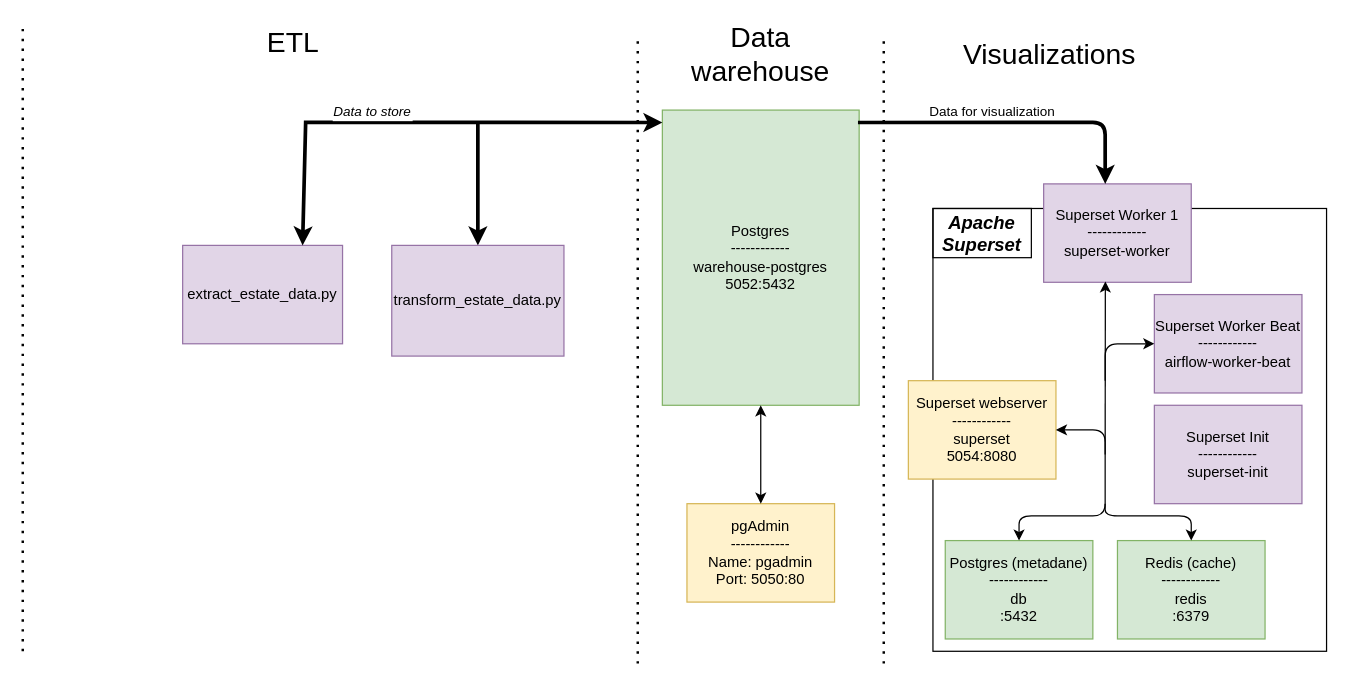
This is docs/Architecture.drawio from dleqhuy/vietnamese_real_estate_analytical_applications, a draw.io file, before an edit. Source tidied: cells renumbered, new cells numbered last; positions are measured from the earlier drawing's top-left corner, leaving out a move shared by most shapes. Both pictures are drawn from the tidied source at 123%, with x=0, y=0 at pixel (22, 23).
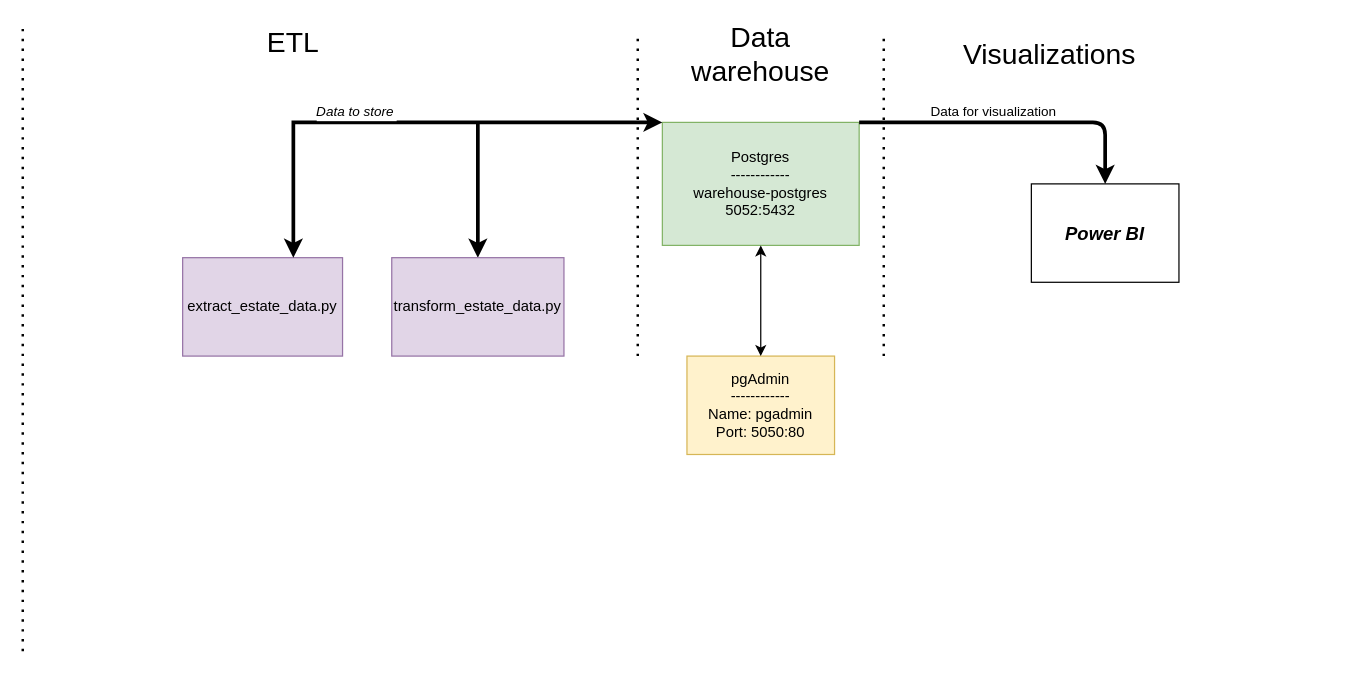
After the change.

What changed in the source:
```diff
@@
     <mxCell id="4" value="extract_estate_data.py" style="rounded=0;whiteSpace=wrap;html=1;fillColor=#e1d5e7;strokeColor=#9673a6;" parent="1" vertex="1">
-      <mxGeometry x="130" y="180" width="130" height="80" as="geometry" />
+      <mxGeometry x="130" y="190" width="130" height="80" as="geometry" />
     </mxCell>
@@
     <mxCell id="6" style="endArrow=none;dashed=1;html=1;dashPattern=1 3;strokeWidth=2;rounded=0;fontSize=23;fontColor=default;" parent="1" edge="1">
       <mxGeometry relative="1" as="geometry">
-        <mxPoint x="500" y="520" as="sourcePoint" />
+        <mxPoint x="500" y="270" as="sourcePoint" />
         <mxPoint x="500" y="10" as="targetPoint" />
       </mxGeometry>
     </mxCell>
     <mxCell id="7" value="Postgres&lt;br&gt;------------&lt;br&gt;warehouse-postgres&lt;br&gt;5052:5432" style="rounded=0;whiteSpace=wrap;html=1;fillColor=#d5e8d4;strokeColor=#82b366;" parent="1" vertex="1">
-      <mxGeometry x="520" y="70" width="160" height="240" as="geometry" />
+      <mxGeometry x="520" y="80" width="160" height="100" as="geometry" />
     </mxCell>
-    <mxCell id="8" style="endArrow=classic;startArrow=classic;html=1;rounded=0;fontSize=23;fontColor=default;strokeWidth=3;exitX=0.75;exitY=0;exitDx=0;exitDy=0;entryX=0;entryY=0.042;entryDx=0;entryDy=0;entryPerimeter=0;" parent="1" edge="1" source="4" target="7">
+    <mxCell id="8" style="endArrow=classic;startArrow=classic;html=1;rounded=0;fontSize=23;fontColor=default;strokeWidth=3;entryX=0;entryY=0;entryDx=0;entryDy=0;" parent="1" edge="1" target="7">
       <mxGeometry relative="1" as="geometry">
+        <mxPoint x="220" y="190" as="sourcePoint" />
         <Array as="points">
-          <mxPoint x="230" y="80" />
+          <mxPoint x="220" y="80" />
         </Array>
       </mxGeometry>
     </mxCell>
@@
     <mxCell id="11" style="endArrow=none;dashed=1;html=1;dashPattern=1 3;strokeWidth=2;rounded=0;fontSize=23;fontColor=default;" parent="1" edge="1">
       <mxGeometry relative="1" as="geometry">
-        <mxPoint x="700" y="520" as="sourcePoint" />
+        <mxPoint x="700" y="270" as="sourcePoint" />
         <mxPoint x="700" y="10" as="targetPoint" />
       </mxGeometry>
     </mxCell>
-    <mxCell id="12" style="rounded=0;whiteSpace=wrap;html=1;labelBackgroundColor=default;labelBorderColor=none;fontSize=11;" parent="1" vertex="1">
-      <mxGeometry x="740" y="150" width="320" height="360" as="geometry" />
-    </mxCell>
-    <mxCell id="13" value="Apache Superset" style="text;html=1;align=center;verticalAlign=middle;whiteSpace=wrap;rounded=0;fontSize=15;fontStyle=3;strokeColor=default;" parent="1" vertex="1">
-      <mxGeometry x="740" y="150" width="80" height="40" as="geometry" />
+    <mxCell id="13" value="Power BI" style="text;html=1;align=center;verticalAlign=middle;whiteSpace=wrap;rounded=0;fontSize=15;fontStyle=3;strokeColor=default;" parent="1" vertex="1">
+      <mxGeometry x="820" y="130" width="120" height="80" as="geometry" />
     </mxCell>
@@
-    <mxCell id="16" value="Postgres (metadane)&lt;br&gt;------------&lt;br&gt;db&lt;br&gt;:5432" style="rounded=0;whiteSpace=wrap;html=1;fillColor=#d5e8d4;strokeColor=#82b366;" parent="1" vertex="1">
-      <mxGeometry x="750" y="420" width="120" height="80" as="geometry" />
-    </mxCell>
-    <mxCell id="17" value="Redis (cache)&lt;br&gt;------------&lt;br&gt;redis&lt;br&gt;:6379" style="rounded=0;whiteSpace=wrap;html=1;fillColor=#d5e8d4;strokeColor=#82b366;" parent="1" vertex="1">
-      <mxGeometry x="890" y="420" width="120" height="80" as="geometry" />
-    </mxCell>
-    <mxCell id="18" value="Superset webserver&lt;br&gt;------------&lt;br&gt;superset&lt;br&gt;5054:8080" style="rounded=0;whiteSpace=wrap;html=1;fillColor=#fff2cc;strokeColor=#d6b656;" parent="1" vertex="1">
-      <mxGeometry x="720" y="290" width="120" height="80" as="geometry" />
-    </mxCell>
-    <mxCell id="19" style="endArrow=classic;startArrow=classic;html=1;rounded=1;fontSize=11;fontColor=default;strokeWidth=1;exitX=1;exitY=0.5;exitDx=0;exitDy=0;entryX=0.5;entryY=0;entryDx=0;entryDy=0;" parent="1" edge="1" source="18" target="16">
-      <mxGeometry relative="1" as="geometry">
-        <Array as="points">
-          <mxPoint x="880" y="330" />
-          <mxPoint x="880" y="400" />
-          <mxPoint x="810" y="400" />
-        </Array>
-      </mxGeometry>
-    </mxCell>
-    <mxCell id="20" style="endArrow=classic;html=1;rounded=1;fontSize=11;fontColor=default;strokeWidth=1;entryX=0.5;entryY=0;entryDx=0;entryDy=0;" parent="1" edge="1" target="17">
-      <mxGeometry relative="1" as="geometry">
-        <mxPoint x="880" y="390" as="sourcePoint" />
-        <Array as="points">
-          <mxPoint x="880" y="400" />
-          <mxPoint x="950" y="400" />
-        </Array>
-      </mxGeometry>
-    </mxCell>
-    <mxCell id="21" value="Superset Worker 1&lt;br&gt;------------&lt;br&gt;superset-worker" style="rounded=0;whiteSpace=wrap;html=1;fillColor=#e1d5e7;strokeColor=#9673a6;" parent="1" vertex="1">
-      <mxGeometry x="830" y="130" width="120" height="80" as="geometry" />
-    </mxCell>
-    <mxCell id="22" value="Superset Init&lt;br&gt;------------&lt;br&gt;superset-init" style="rounded=0;whiteSpace=wrap;html=1;fillColor=#e1d5e7;strokeColor=#9673a6;" parent="1" vertex="1">
-      <mxGeometry x="920" y="310" width="120" height="80" as="geometry" />
-    </mxCell>
-    <mxCell id="23" value="Superset Worker Beat&lt;br&gt;------------&lt;br&gt;airflow-worker-beat" style="rounded=0;whiteSpace=wrap;html=1;fillColor=#e1d5e7;strokeColor=#9673a6;" parent="1" vertex="1">
-      <mxGeometry x="920" y="220" width="120" height="80" as="geometry" />
-    </mxCell>
-    <mxCell id="24" style="endArrow=classic;html=1;rounded=0;fontSize=11;fontColor=default;strokeWidth=1;entryX=0.418;entryY=0.991;entryDx=0;entryDy=0;entryPerimeter=0;" parent="1" edge="1" target="21">
-      <mxGeometry relative="1" as="geometry">
-        <mxPoint x="880" y="350" as="sourcePoint" />
-      </mxGeometry>
-    </mxCell>
-    <mxCell id="25" style="endArrow=classic;html=1;rounded=1;fontSize=11;fontColor=default;strokeWidth=1;entryX=0;entryY=0.5;entryDx=0;entryDy=0;" parent="1" edge="1" target="23">
-      <mxGeometry relative="1" as="geometry">
-        <mxPoint x="880" y="290" as="sourcePoint" />
-        <Array as="points">
-          <mxPoint x="880" y="260" />
-        </Array>
-      </mxGeometry>
-    </mxCell>
-    <mxCell id="26" style="endArrow=classic;startArrow=none;html=1;rounded=1;fontSize=11;fontColor=default;strokeWidth=3;exitX=0.994;exitY=0.042;exitDx=0;exitDy=0;exitPerimeter=0;entryX=0.417;entryY=0;entryDx=0;entryDy=0;entryPerimeter=0;startFill=0;" parent="1" edge="1" source="7" target="21">
+    <mxCell id="26" style="endArrow=classic;startArrow=none;html=1;rounded=1;fontSize=11;fontColor=default;strokeWidth=3;entryX=0.417;entryY=0;entryDx=0;entryDy=0;entryPerimeter=0;startFill=0;" parent="1" edge="1">
       <mxGeometry relative="1" as="geometry">
+        <mxPoint x="680" y="80" as="sourcePoint" />
+        <mxPoint x="880" y="130" as="targetPoint" />
         <Array as="points">
           <mxPoint x="880" y="80" />
         </Array>
       </mxGeometry>
     </mxCell>
@@
     <mxCell id="28" value="pgAdmin&lt;br&gt;------------&lt;br&gt;Name: pgadmin&lt;br&gt;Port: 5050:80" style="rounded=0;whiteSpace=wrap;html=1;fillColor=#fff2cc;strokeColor=#d6b656;" parent="1" vertex="1">
-      <mxGeometry x="540" y="390" width="120" height="80" as="geometry" />
+      <mxGeometry x="540" y="270" width="120" height="80" as="geometry" />
     </mxCell>
@@
     <mxCell id="30" value="transform_estate_data.py" style="rounded=0;whiteSpace=wrap;html=1;fillColor=#e1d5e7;strokeColor=#9673a6;" parent="1" vertex="1">
-      <mxGeometry x="300" y="180" width="140" height="90" as="geometry" />
+      <mxGeometry x="300" y="190" width="140" height="80" as="geometry" />
     </mxCell>
```
